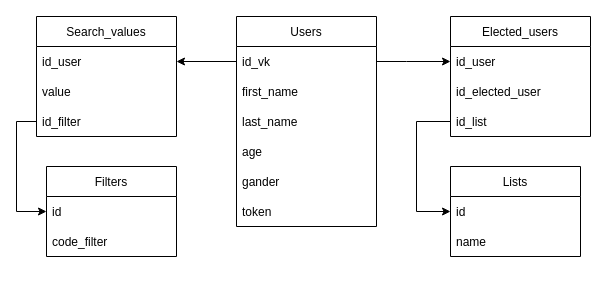
Above: prodject/db_v3.drawio in Tryd0g0lik/vkinder_netologe_group5 (draw.io), before the change. Source tidied: cells renumbered, new cells numbered last; positions are measured from the earlier drawing's top-left corner, leaving out a move shared by most shapes. Both pictures are drawn from the tidied source at 100%, with x=0, y=0 at pixel (36, 16).
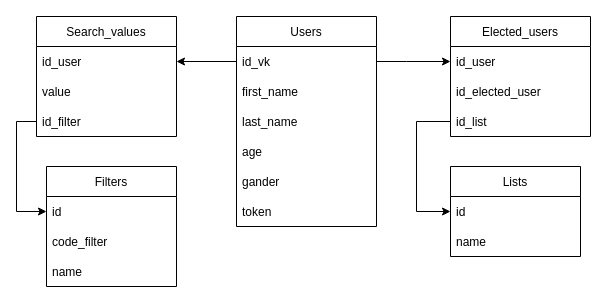
After the change.

Commit message (it also covers changes not shown here):
Предложение по БД. Остановились на хранении node

The edit, as a diff of the source:
```diff
@@
     <mxCell id="18" value="Filters" style="swimlane;fontStyle=0;horizontal=1;startSize=30;" parent="1" vertex="1">
-      <mxGeometry x="10" y="150" width="130" height="90" as="geometry" />
+      <mxGeometry x="10" y="150" width="130" height="120" as="geometry" />
     </mxCell>
@@
+    <mxCell id="27" value="name" style="text;strokeColor=none;fillColor=none;align=left;verticalAlign=middle;spacingLeft=4;spacingRight=4;overflow=hidden;" parent="18" vertex="1">
+      <mxGeometry y="90" width="130" height="30" as="geometry" />
+    </mxCell>
```
